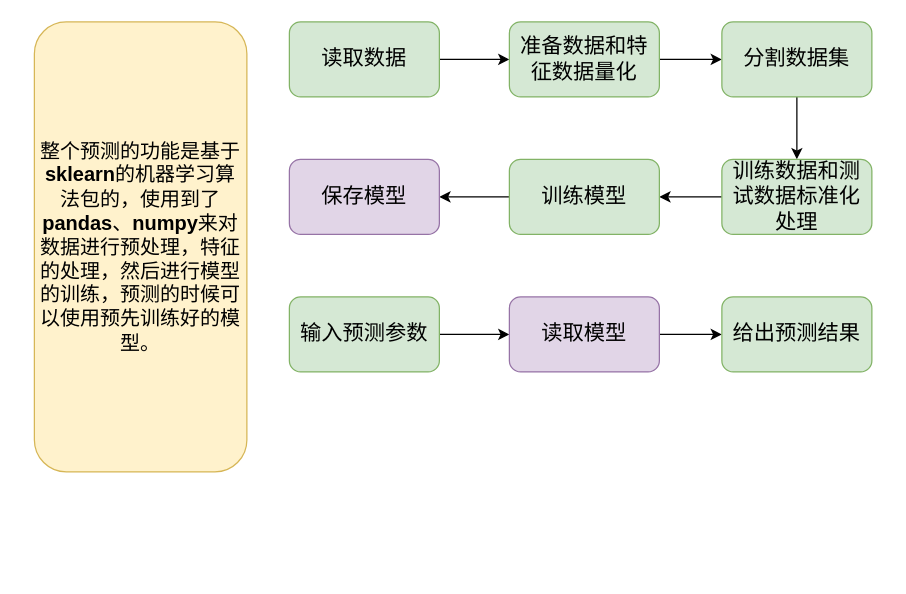
Before: 二手房价格预测-机器学习.drawio in redcomet88/DRAW, a draw.io diagram. Source tidied: cells renumbered, new cells numbered last; positions are measured from the earlier drawing's top-left corner, leaving out a move shared by most shapes. Both pictures are drawn from the tidied source at 125%, with x=0, y=0 at pixel (34, 21).
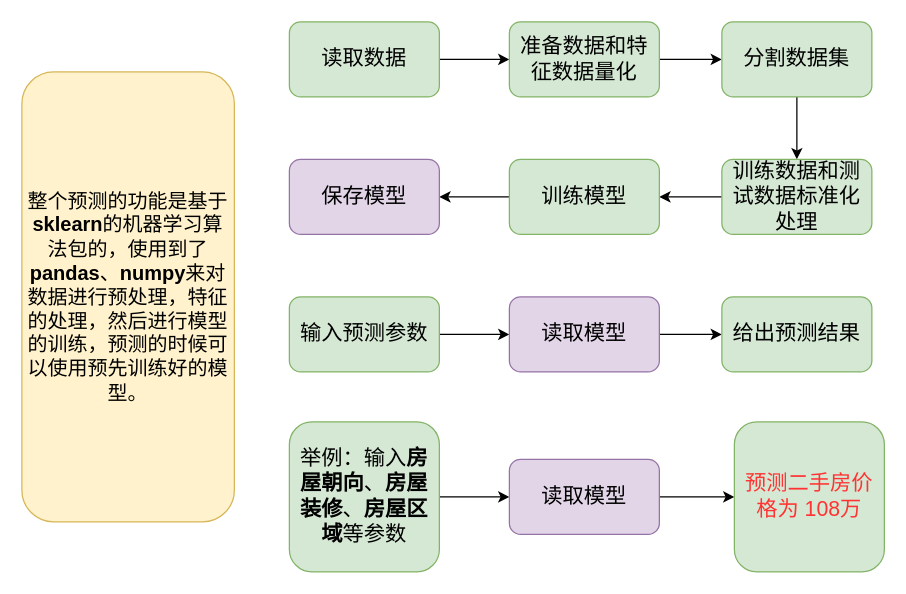
The same diagram, later.

Commit message (it also covers changes not shown here):
Update 二手房价格预测-机器学习.drawio

Diff of the diagram source:
```diff
@@
     <mxCell id="4" value="&lt;font style=&quot;font-size: 16px&quot;&gt;整个预测的功能是基于&lt;b&gt;sklearn&lt;/b&gt;的机器学习算法包的，使用到了&lt;b&gt;pandas&lt;/b&gt;、&lt;b&gt;numpy&lt;/b&gt;来对数据进行预处理，特征的处理，然后进行模型的训练，预测的时候可以使用预先训练好的模型。&lt;/font&gt;" style="rounded=1;whiteSpace=wrap;html=1;fillColor=#fff2cc;strokeColor=#d6b656;" parent="1" vertex="1">
-      <mxGeometry width="170" height="360" as="geometry" />
+      <mxGeometry x="-10" y="40" width="170" height="360" as="geometry" />
     </mxCell>
@@
+    <mxCell id="19" style="edgeStyle=orthogonalEdgeStyle;rounded=0;jettySize=auto;html=1;exitX=1;exitY=0.5;exitDx=0;exitDy=0;entryX=0;entryY=0.5;entryDx=0;entryDy=0;fontSize=17;" parent="1" edge="1" source="20" target="22">
+      <mxGeometry relative="1" as="geometry" />
+    </mxCell>
+    <mxCell id="20" value="举例：输入&lt;b&gt;房屋朝向&lt;/b&gt;、&lt;b&gt;房屋装修&lt;/b&gt;、&lt;b&gt;房屋区域&lt;/b&gt;等参数" style="rounded=1;whiteSpace=wrap;html=1;fillColor=#d5e8d4;strokeColor=#82b366;fontSize=17;" parent="1" vertex="1">
+      <mxGeometry x="204" y="320" width="120" height="120" as="geometry" />
+    </mxCell>
+    <mxCell id="21" style="edgeStyle=orthogonalEdgeStyle;rounded=0;jettySize=auto;html=1;exitX=1;exitY=0.5;exitDx=0;exitDy=0;entryX=0;entryY=0.5;entryDx=0;entryDy=0;fontSize=17;" parent="1" edge="1" source="22" target="23">
+      <mxGeometry relative="1" as="geometry" />
+    </mxCell>
+    <mxCell id="22" value="读取模型" style="rounded=1;whiteSpace=wrap;html=1;fillColor=#e1d5e7;strokeColor=#9673a6;fontSize=17;" parent="1" vertex="1">
+      <mxGeometry x="380" y="350" width="120" height="60" as="geometry" />
+    </mxCell>
+    <mxCell id="23" value="&lt;font color=&quot;#ff3333&quot;&gt;预测二手房价格为 108万&lt;/font&gt;" style="rounded=1;whiteSpace=wrap;html=1;fillColor=#d5e8d4;strokeColor=#82b366;fontSize=17;" parent="1" vertex="1">
+      <mxGeometry x="560" y="320" width="120" height="120" as="geometry" />
+    </mxCell>
```
